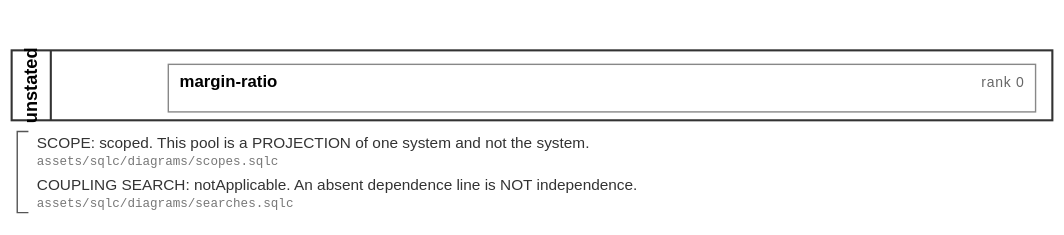
The BPMN diagram assets/svg/filings/unstated.svg in soulstompp/process-modulus, before a commit. Its source is kept beside it as assets/bpmn/filings/unstated.bpmn. Ids are renumbered.
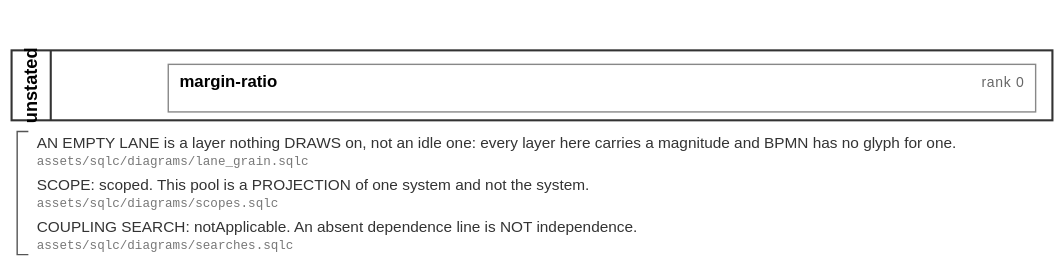
Later version of the same file.

Diff of the diagram source:
```diff
@@ -20,6 +20,9 @@
         <documentation>rank 0; nothing beneath this layer needs evaluating first at rank 0, and a higher rank waits on every arrival below it [assets/sqlc/rank/evaluation_order.sqlc]</documentation>
       </lane>
     </laneSet>
+    <textAnnotation id="note_unstated_lane">
+      <text>AN EMPTY LANE is a layer nothing DRAWS on, not an idle one: every layer here carries a magnitude and BPMN has no glyph for one. [assets/sqlc/diagrams/lane_grain.sqlc]</text>
+    </textAnnotation>
     <textAnnotation id="note_unstated_scope">
       <text>SCOPE: scoped. This pool is a PROJECTION of one system and not the system. [assets/sqlc/diagrams/scopes.sqlc]</text>
     </textAnnotation>
@@ -35,11 +38,14 @@
       <bpmndi:BPMNShape id="shape_unstated_lane_unstated_margin-ratio" bpmnElement="tns:lane_unstated_margin-ratio">
         <dc:Bounds x="120" y="46" width="620" height="34"/>
       </bpmndi:BPMNShape>
-      <bpmndi:BPMNShape id="shape_unstated_note_unstated_scope" bpmnElement="tns:note_unstated_scope">
+      <bpmndi:BPMNShape id="shape_unstated_note_unstated_lane" bpmnElement="tns:note_unstated_lane">
         <dc:Bounds x="20" y="94" width="720" height="28"/>
       </bpmndi:BPMNShape>
+      <bpmndi:BPMNShape id="shape_unstated_note_unstated_scope" bpmnElement="tns:note_unstated_scope">
+        <dc:Bounds x="20" y="124" width="720" height="28"/>
+      </bpmndi:BPMNShape>
       <bpmndi:BPMNShape id="shape_unstated_note_unstated_search" bpmnElement="tns:note_unstated_search">
-        <dc:Bounds x="20" y="124" width="720" height="28"/>
+        <dc:Bounds x="20" y="154" width="720" height="28"/>
       </bpmndi:BPMNShape>
     </bpmndi:BPMNPlane>
   </bpmndi:BPMNDiagram>
```
